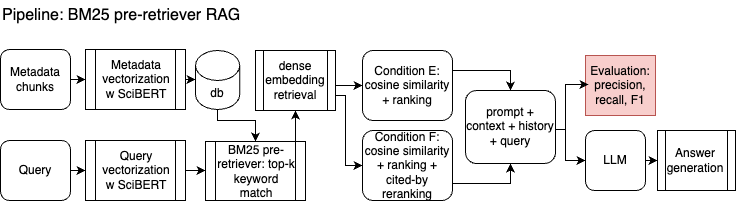
This is diagrams/part_3_BM25_pipe.png from poppy-nicolette/Dissertation, a draw.io export, as it was before one commit. Source tidied: cells renumbered, new cells last; positions are measured from the earlier drawing's top-left corner, leaving out a move shared by most shapes.
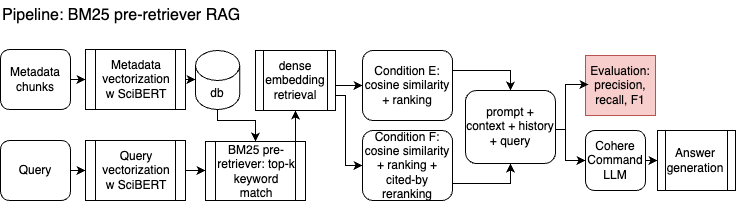
The same file after the commit.

Change to the diagram source:
```diff
@@ -92,7 +92,7 @@
         </Array>
       </mxGeometry>
     </mxCell>
-    <mxCell id="22" value="LLM" style="rounded=1;whiteSpace=wrap;html=1;" parent="2" vertex="1">
+    <mxCell id="22" value="Cohere Command LLM" style="rounded=1;whiteSpace=wrap;html=1;" parent="2" vertex="1">
       <mxGeometry x="585" y="130" width="60" height="60" as="geometry" />
     </mxCell>
     <mxCell id="23" value="Answer generation" style="shape=process;whiteSpace=wrap;html=1;backgroundOutline=1;" parent="2" vertex="1">
```
